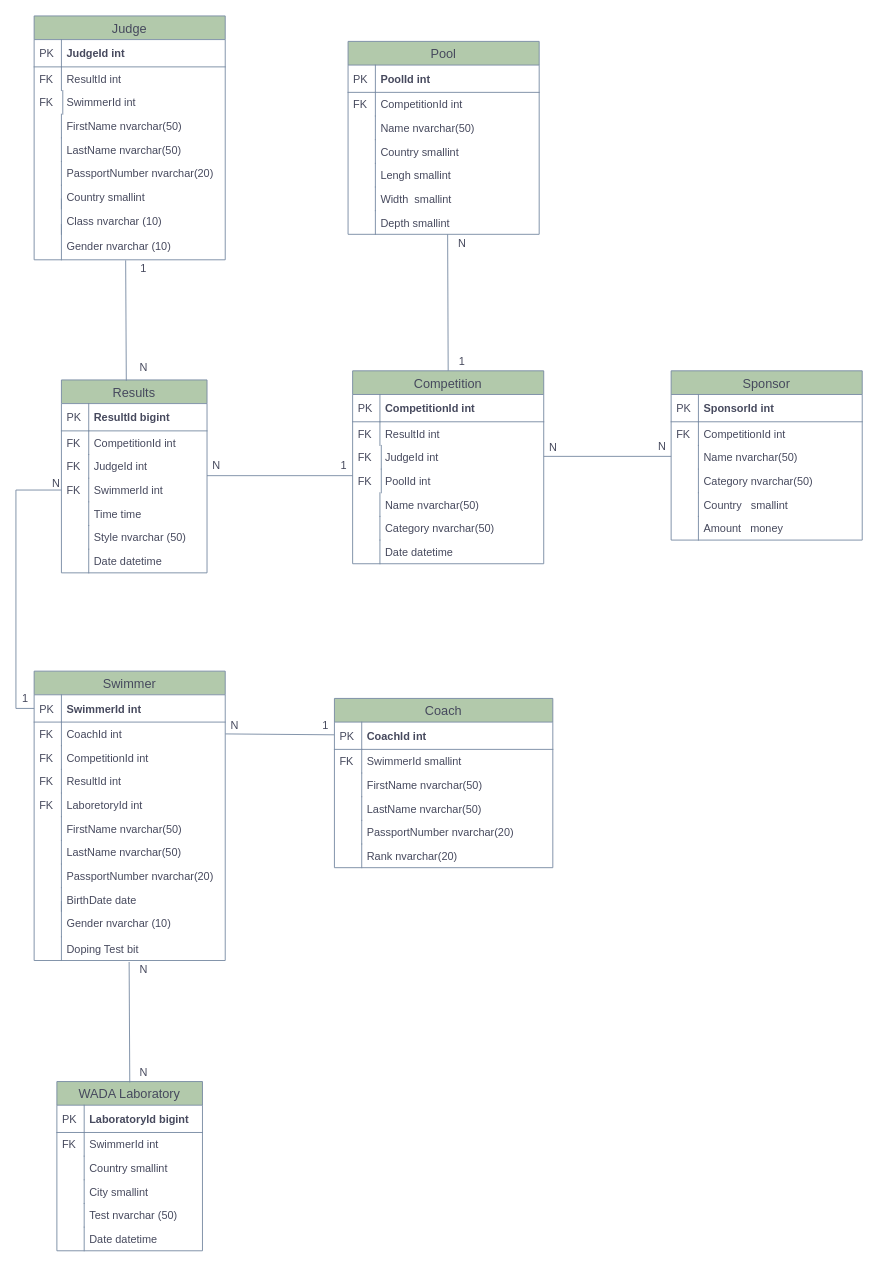
Above: page "Logical model" (2 of 2) of ConceptandLogic.drawio in kombojiec/education-database (draw.io), before the change. Source tidied: cells renumbered, new cells numbered last; positions are measured from the earlier drawing's top-left corner, leaving out a move shared by most shapes. Both pictures are drawn from the tidied source at 91%, with x=0, y=0 at pixel (15, 15).
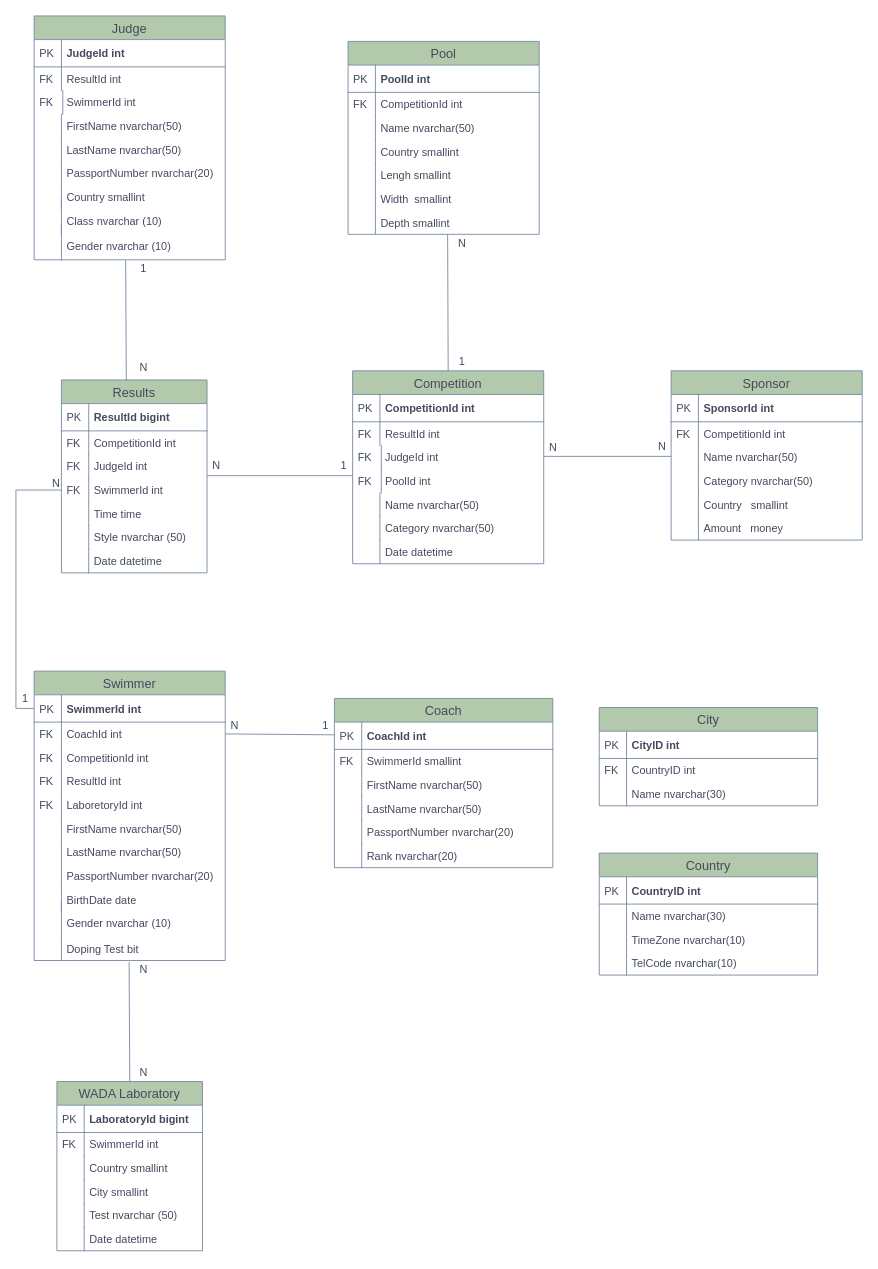
After the change.

Commit message (it also covers changes not shown here):
feat: add country & city object & refact table

Diff of the diagram source:
```diff
@@
+    <mxCell id="155" value="City" style="swimlane;fontStyle=0;horizontal=1;startSize=26;fillColor=#B2C9AB;swimlaneFillColor=#ffffff;align=center;fontSize=14;strokeColor=#788AA3;fontColor=#46495D;" parent="1" vertex="1">
+      <mxGeometry x="641" y="760" width="240" height="108" as="geometry" />
+    </mxCell>
+    <mxCell id="156" value="CityID int" style="shape=partialRectangle;top=0;left=0;right=0;bottom=1;align=left;verticalAlign=middle;fillColor=none;spacingLeft=34;spacingRight=4;overflow=hidden;fontStyle=1;fontSize=12;strokeColor=#788AA3;fontColor=#46495D;" parent="155" vertex="1">
+      <mxGeometry y="26" width="240" height="30" as="geometry" />
+    </mxCell>
+    <mxCell id="157" value="PK" style="shape=partialRectangle;top=0;left=0;bottom=0;fillColor=none;align=left;verticalAlign=middle;spacingLeft=4;spacingRight=4;overflow=hidden;fontSize=12;strokeColor=#788AA3;fontColor=#46495D;" parent="156" vertex="1">
+      <mxGeometry width="30" height="30" as="geometry" />
+    </mxCell>
+    <mxCell id="158" value="CountryID int" style="shape=partialRectangle;top=0;left=0;right=0;bottom=0;align=left;verticalAlign=top;fillColor=none;spacingLeft=34;spacingRight=4;overflow=hidden;fontSize=12;strokeColor=#788AA3;fontColor=#46495D;" parent="155" vertex="1">
+      <mxGeometry y="56" width="240" height="26" as="geometry" />
+    </mxCell>
+    <mxCell id="159" value="FK" style="shape=partialRectangle;top=0;left=0;bottom=0;fillColor=none;align=left;verticalAlign=top;spacingLeft=4;spacingRight=4;overflow=hidden;fontSize=12;strokeColor=#788AA3;fontColor=#46495D;" parent="158" vertex="1">
+      <mxGeometry width="30" height="26" as="geometry" />
+    </mxCell>
+    <mxCell id="160" value="Name nvarchar(30)" style="shape=partialRectangle;top=0;left=0;right=0;bottom=0;align=left;verticalAlign=top;fillColor=none;spacingLeft=34;spacingRight=4;overflow=hidden;fontSize=12;strokeColor=#788AA3;fontColor=#46495D;" parent="155" vertex="1">
+      <mxGeometry y="82" width="240" height="26" as="geometry" />
+    </mxCell>
+    <mxCell id="161" style="shape=partialRectangle;top=0;left=0;bottom=0;fillColor=none;align=left;verticalAlign=top;spacingLeft=4;spacingRight=4;overflow=hidden;fontSize=12;strokeColor=#788AA3;fontColor=#46495D;" parent="160" vertex="1">
+      <mxGeometry width="30" height="26" as="geometry" />
+    </mxCell>
+    <mxCell id="162" style="shape=partialRectangle;top=0;left=0;right=0;bottom=0;align=left;verticalAlign=top;fillColor=none;spacingLeft=34;spacingRight=4;overflow=hidden;fontSize=12;strokeColor=#788AA3;fontColor=#46495D;" parent="155" vertex="1">
+      <mxGeometry y="108" width="240" as="geometry" />
+    </mxCell>
+    <mxCell id="163" style="shape=partialRectangle;top=0;left=0;bottom=0;fillColor=none;align=left;verticalAlign=top;spacingLeft=4;spacingRight=4;overflow=hidden;fontSize=12;strokeColor=#788AA3;fontColor=#46495D;" parent="162" vertex="1">
+      <mxGeometry width="30" as="geometry" />
+    </mxCell>
+    <mxCell id="164" value="Country" style="swimlane;fontStyle=0;horizontal=1;startSize=26;fillColor=#B2C9AB;swimlaneFillColor=#ffffff;align=center;fontSize=14;strokeColor=#788AA3;fontColor=#46495D;" parent="1" vertex="1">
+      <mxGeometry x="641" y="920" width="240" height="134" as="geometry" />
+    </mxCell>
+    <mxCell id="165" value="CountryID int" style="shape=partialRectangle;top=0;left=0;right=0;bottom=1;align=left;verticalAlign=middle;fillColor=none;spacingLeft=34;spacingRight=4;overflow=hidden;fontStyle=1;fontSize=12;strokeColor=#788AA3;fontColor=#46495D;" parent="164" vertex="1">
+      <mxGeometry y="26" width="240" height="30" as="geometry" />
+    </mxCell>
+    <mxCell id="166" value="PK" style="shape=partialRectangle;top=0;left=0;bottom=0;fillColor=none;align=left;verticalAlign=middle;spacingLeft=4;spacingRight=4;overflow=hidden;fontSize=12;strokeColor=#788AA3;fontColor=#46495D;" parent="165" vertex="1">
+      <mxGeometry width="30" height="30" as="geometry" />
+    </mxCell>
+    <mxCell id="167" value="Name nvarchar(30)" style="shape=partialRectangle;top=0;left=0;right=0;bottom=0;align=left;verticalAlign=top;fillColor=none;spacingLeft=34;spacingRight=4;overflow=hidden;fontSize=12;strokeColor=#788AA3;fontColor=#46495D;" parent="164" vertex="1">
+      <mxGeometry y="56" width="240" height="26" as="geometry" />
+    </mxCell>
+    <mxCell id="168" style="shape=partialRectangle;top=0;left=0;bottom=0;fillColor=none;align=left;verticalAlign=top;spacingLeft=4;spacingRight=4;overflow=hidden;fontSize=12;strokeColor=#788AA3;fontColor=#46495D;" parent="167" vertex="1">
+      <mxGeometry width="30" height="26" as="geometry" />
+    </mxCell>
+    <mxCell id="169" value="TimeZone nvarchar(10)" style="shape=partialRectangle;top=0;left=0;right=0;bottom=0;align=left;verticalAlign=top;fillColor=none;spacingLeft=34;spacingRight=4;overflow=hidden;fontSize=12;strokeColor=#788AA3;fontColor=#46495D;" parent="164" vertex="1">
+      <mxGeometry y="82" width="240" height="26" as="geometry" />
+    </mxCell>
+    <mxCell id="170" style="shape=partialRectangle;top=0;left=0;bottom=0;fillColor=none;align=left;verticalAlign=top;spacingLeft=4;spacingRight=4;overflow=hidden;fontSize=12;strokeColor=#788AA3;fontColor=#46495D;" parent="169" vertex="1">
+      <mxGeometry width="30" height="26" as="geometry" />
+    </mxCell>
+    <mxCell id="171" style="shape=partialRectangle;top=0;left=0;right=0;bottom=0;align=left;verticalAlign=top;fillColor=none;spacingLeft=34;spacingRight=4;overflow=hidden;fontSize=12;strokeColor=#788AA3;fontColor=#46495D;" parent="164" vertex="1">
+      <mxGeometry y="108" width="240" as="geometry" />
+    </mxCell>
+    <mxCell id="172" style="shape=partialRectangle;top=0;left=0;bottom=0;fillColor=none;align=left;verticalAlign=top;spacingLeft=4;spacingRight=4;overflow=hidden;fontSize=12;strokeColor=#788AA3;fontColor=#46495D;" parent="171" vertex="1">
+      <mxGeometry width="30" as="geometry" />
+    </mxCell>
+    <mxCell id="173" value="TelCode nvarchar(10)" style="shape=partialRectangle;top=0;left=0;right=0;bottom=0;align=left;verticalAlign=top;fillColor=none;spacingLeft=34;spacingRight=4;overflow=hidden;fontSize=12;strokeColor=#788AA3;fontColor=#46495D;" parent="164" vertex="1">
+      <mxGeometry y="108" width="240" height="26" as="geometry" />
+    </mxCell>
+    <mxCell id="174" style="shape=partialRectangle;top=0;left=0;bottom=0;fillColor=none;align=left;verticalAlign=top;spacingLeft=4;spacingRight=4;overflow=hidden;fontSize=12;strokeColor=#788AA3;fontColor=#46495D;" parent="173" vertex="1">
+      <mxGeometry width="30" height="26" as="geometry" />
+    </mxCell>
```
